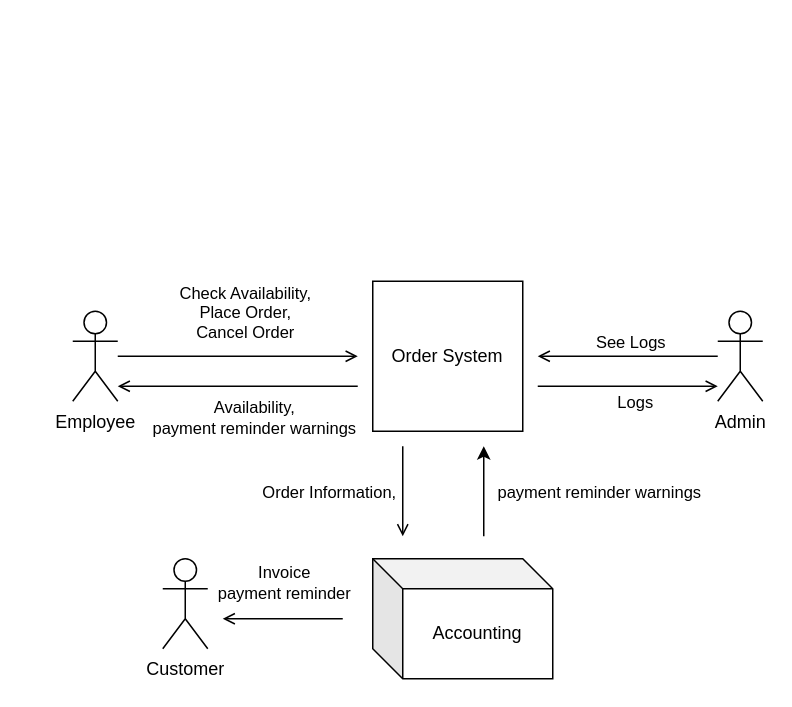
This is documentation/src/diagrams/C4/Context Diagram/context.drawio from joel-muller/hslu-swda, a draw.io file, before an edit. Source tidied: cells renumbered, new cells numbered last; positions are measured from the earlier drawing's top-left corner, leaving out a move shared by most shapes. Both pictures are drawn from the tidied source at 150%, with x=0, y=0 at pixel (72, 280).
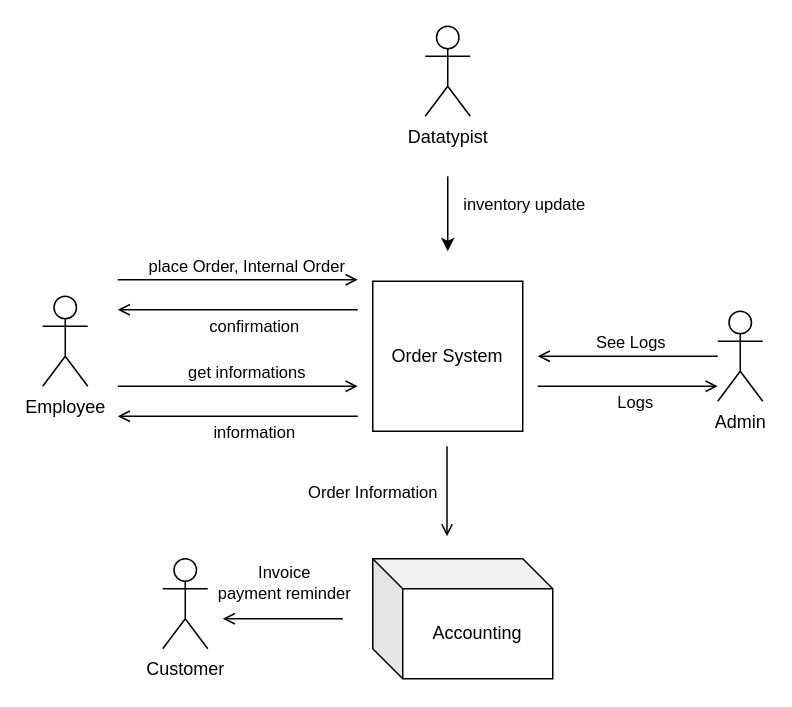
After the change.

Commit message (it also covers changes not shown here):
add better context diagram

Change to the diagram source:
```diff
@@
     <mxCell id="2" style="edgeStyle=orthogonalEdgeStyle;rounded=0;orthogonalLoop=1;jettySize=auto;html=1;endArrow=open;endFill=0;" parent="1" edge="1">
       <mxGeometry relative="1" as="geometry">
-        <mxPoint x="220" y="110" as="sourcePoint" />
-        <mxPoint x="220" y="170" as="targetPoint" />
+        <mxPoint x="249.5" y="110" as="sourcePoint" />
+        <mxPoint x="249.5" y="170" as="targetPoint" />
         <Array as="points">
-          <mxPoint x="220" y="160" />
-          <mxPoint x="220" y="160" />
+          <mxPoint x="249.5" y="160" />
+          <mxPoint x="249.5" y="160" />
         </Array>
       </mxGeometry>
     </mxCell>
-    <mxCell id="3" value="Order Information," style="edgeLabel;html=1;align=center;verticalAlign=middle;" parent="2" vertex="1">
+    <mxCell id="3" value="Order Information" style="edgeLabel;html=1;align=center;verticalAlign=middle;" parent="2" vertex="1">
       <mxGeometry x="0.79" y="2" relative="1" as="geometry">
         <mxPoint x="-52" y="-24" as="offset" />
       </mxGeometry>
     </mxCell>
@@
-    <mxCell id="5" style="edgeStyle=orthogonalEdgeStyle;rounded=0;jettySize=auto;html=1;endArrow=open;endFill=0;" parent="1" edge="1" source="7">
+    <mxCell id="5" style="edgeStyle=orthogonalEdgeStyle;rounded=0;orthogonalLoop=1;jettySize=auto;html=1;endArrow=open;endFill=0;" parent="1" edge="1">
       <mxGeometry relative="1" as="geometry">
-        <mxPoint x="190" y="50" as="targetPoint" />
+        <mxPoint x="30" y="70" as="sourcePoint" />
+        <mxPoint x="190" y="70" as="targetPoint" />
       </mxGeometry>
     </mxCell>
-    <mxCell id="6" value="Check Availability,&lt;div&gt;Place Order,&lt;/div&gt;&lt;div&gt;Cancel Order&lt;/div&gt;" style="edgeLabel;html=1;align=center;verticalAlign=middle;" parent="5" vertex="1">
+    <mxCell id="6" value="get informations" style="edgeLabel;html=1;align=center;verticalAlign=middle;" parent="5" vertex="1">
       <mxGeometry x="0.06" y="-2" relative="1" as="geometry">
-        <mxPoint y="-32" as="offset" />
+        <mxPoint y="-12" as="offset" />
       </mxGeometry>
     </mxCell>
     <mxCell id="7" value="Employee" style="shape=umlActor;verticalLabelPosition=bottom;verticalAlign=top;html=1;outlineConnect=0;" parent="1" vertex="1">
-      <mxGeometry y="20" width="30" height="60" as="geometry" />
+      <mxGeometry x="-20" y="10" width="30" height="60" as="geometry" />
     </mxCell>
@@
     <mxCell id="12" style="edgeStyle=orthogonalEdgeStyle;rounded=0;orthogonalLoop=1;jettySize=auto;html=1;endArrow=open;endFill=0;" parent="1" edge="1">
       <mxGeometry relative="1" as="geometry">
-        <mxPoint x="190" y="70" as="sourcePoint" />
-        <mxPoint x="30" y="70" as="targetPoint" />
+        <mxPoint x="190" y="90" as="sourcePoint" />
+        <mxPoint x="30" y="90" as="targetPoint" />
       </mxGeometry>
     </mxCell>
-    <mxCell id="13" value="Availability,&lt;br&gt;payment reminder warnings" style="edgeLabel;html=1;align=center;verticalAlign=middle;" parent="12" vertex="1">
+    <mxCell id="13" value="information" style="edgeLabel;html=1;align=center;verticalAlign=middle;" parent="12" vertex="1">
       <mxGeometry x="0.06" y="-2" relative="1" as="geometry">
-        <mxPoint x="15" y="22" as="offset" />
+        <mxPoint x="15" y="12" as="offset" />
       </mxGeometry>
     </mxCell>
@@
-    <mxCell id="18" style="edgeStyle=orthogonalEdgeStyle;rounded=0;orthogonalLoop=1;jettySize=auto;html=1;" parent="1" edge="1">
-      <mxGeometry relative="1" as="geometry">
-        <mxPoint x="274" y="170" as="sourcePoint" />
-        <mxPoint x="274" y="110" as="targetPoint" />
-        <Array as="points">
-          <mxPoint x="274" y="170" />
-        </Array>
-      </mxGeometry>
-    </mxCell>
-    <mxCell id="19" value="payment reminder warnings" style="edgeLabel;html=1;align=center;verticalAlign=middle;" parent="18" vertex="1">
-      <mxGeometry x="-0.14" relative="1" as="geometry">
-        <mxPoint x="76" y="-4" as="offset" />
-      </mxGeometry>
-    </mxCell>
@@
+    <mxCell id="21" value="Datatypist" style="shape=umlActor;verticalLabelPosition=bottom;verticalAlign=top;html=1;" parent="1" vertex="1">
+      <mxGeometry x="235" y="-170" width="30" height="60" as="geometry" />
+    </mxCell>
+    <mxCell id="22" style="endArrow=classic;html=1;rounded=0;" parent="1" edge="1">
+      <mxGeometry relative="1" as="geometry">
+        <mxPoint x="250" y="-70" as="sourcePoint" />
+        <mxPoint x="250" y="-20" as="targetPoint" />
+      </mxGeometry>
+    </mxCell>
+    <mxCell id="23" value="inventory update" style="edgeLabel;html=1;align=center;verticalAlign=middle;" parent="22" vertex="1">
+      <mxGeometry x="-0.28" relative="1" as="geometry">
+        <mxPoint x="50" as="offset" />
+      </mxGeometry>
+    </mxCell>
+    <mxCell id="24" style="edgeStyle=orthogonalEdgeStyle;rounded=0;orthogonalLoop=1;jettySize=auto;html=1;endArrow=open;endFill=0;" parent="1" edge="1">
+      <mxGeometry relative="1" as="geometry">
+        <mxPoint x="30" y="-1" as="sourcePoint" />
+        <mxPoint x="190" y="-1" as="targetPoint" />
+      </mxGeometry>
+    </mxCell>
+    <mxCell id="25" value="place Order, Internal Order" style="edgeLabel;html=1;align=center;verticalAlign=middle;" parent="24" vertex="1">
+      <mxGeometry x="0.06" y="-2" relative="1" as="geometry">
+        <mxPoint y="-12" as="offset" />
+      </mxGeometry>
+    </mxCell>
+    <mxCell id="26" style="edgeStyle=orthogonalEdgeStyle;rounded=0;orthogonalLoop=1;jettySize=auto;html=1;endArrow=open;endFill=0;" parent="1" edge="1">
+      <mxGeometry relative="1" as="geometry">
+        <mxPoint x="190" y="19" as="sourcePoint" />
+        <mxPoint x="30" y="19" as="targetPoint" />
+      </mxGeometry>
+    </mxCell>
+    <mxCell id="27" value="confirmation" style="edgeLabel;html=1;align=center;verticalAlign=middle;" parent="26" vertex="1">
+      <mxGeometry x="0.06" y="-2" relative="1" as="geometry">
+        <mxPoint x="15" y="12" as="offset" />
+      </mxGeometry>
+    </mxCell>
```
